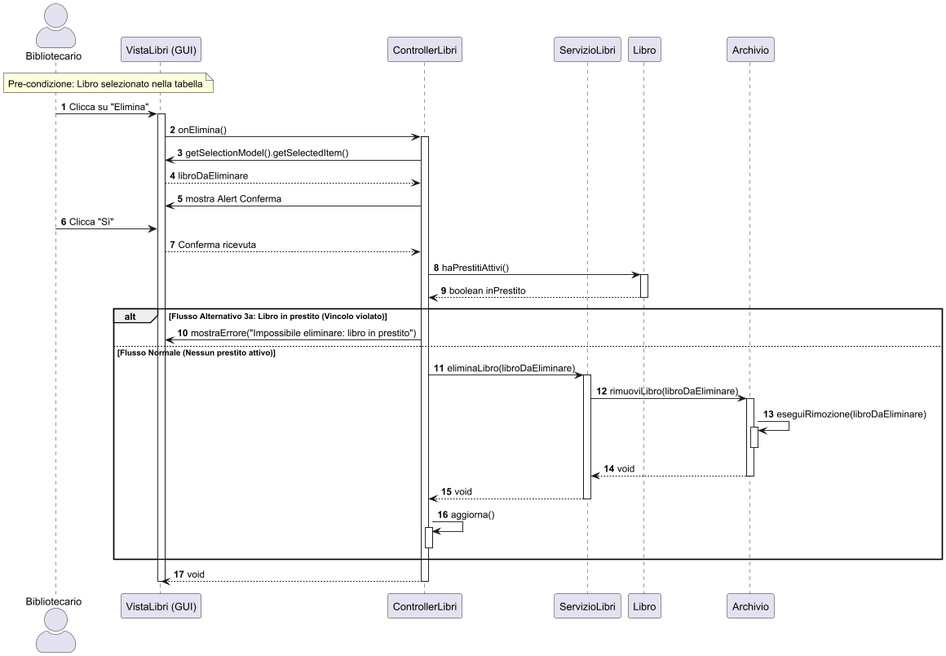
Earlier version of the PlantUML export docs/Design/Diagrammi di sequenza/UC5.png (digregoriomario/bibliosoft).
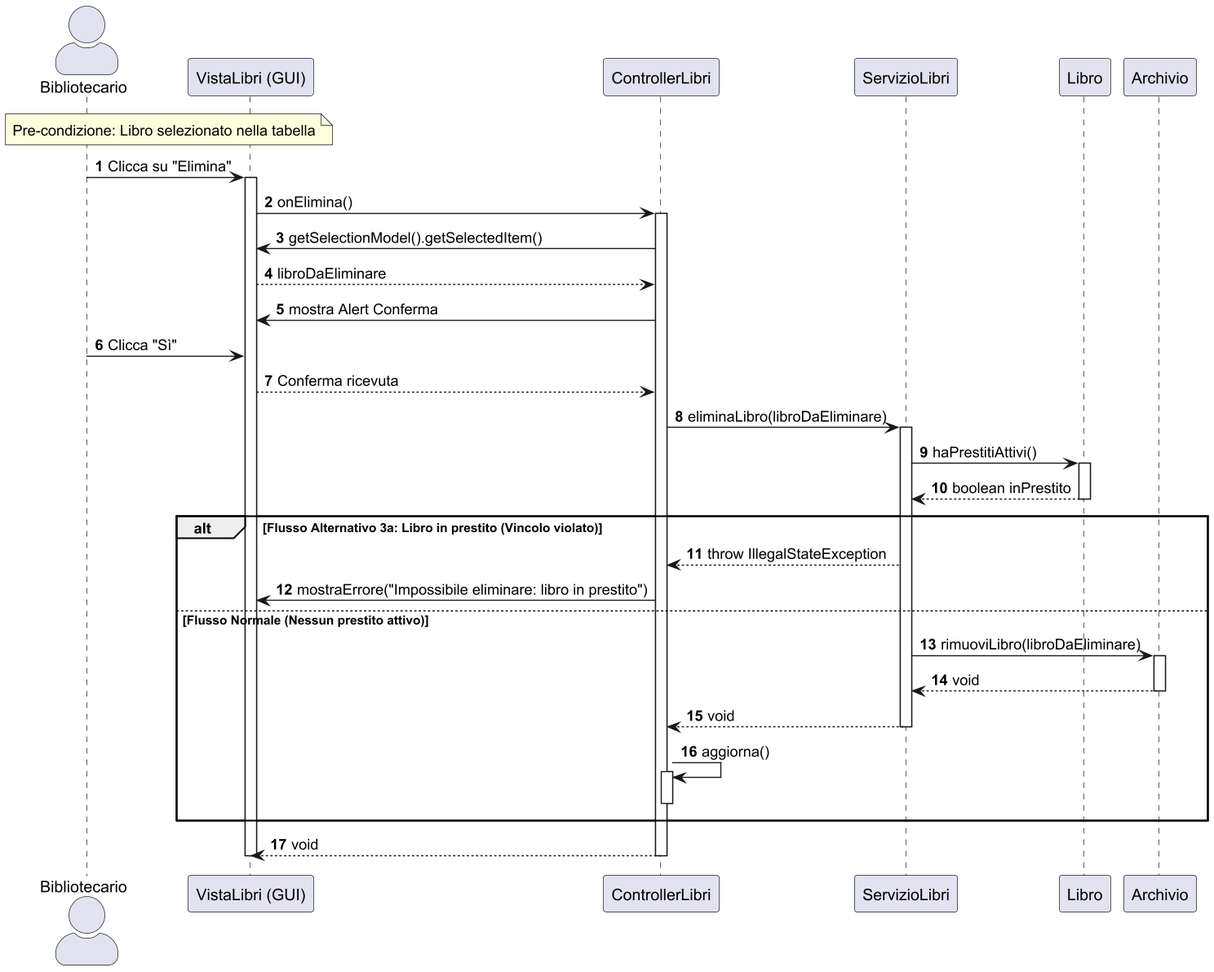
The same file after the commit.

What changed in the source:
```diff
@@ -1,5 +1,5 @@
 @startuml
-scale 1.5
+scale 2
 skinparam actorStyle awesome
 autonumber
 
@@ -25,33 +25,32 @@
     User -> GUI : Clicca "Sì"
     GUI --> CL : Conferma ricevuta
 
-    CL -> Model : haPrestitiAttivi()
-    activate Model
-    Model --> CL : boolean inPrestito
-    deactivate Model
+    CL -> SL : eliminaLibro(libroDaEliminare)
+    activate SL
 
-    alt Flusso Alternativo 3a: Libro in prestito (Vincolo violato)
-        CL -> GUI : mostraErrore("Impossibile eliminare: libro in prestito")
+        SL -> Model : haPrestitiAttivi()
+        activate Model
+        Model --> SL : boolean inPrestito
+        deactivate Model
 
-    else Flusso Normale (Nessun prestito attivo)
-        CL -> SL : eliminaLibro(libroDaEliminare)
-        activate SL
+        alt Flusso Alternativo 3a: Libro in prestito (Vincolo violato)
+            SL --> CL : throw IllegalStateException
 
+            CL -> GUI : mostraErrore("Impossibile eliminare: libro in prestito")
+
+        else Flusso Normale (Nessun prestito attivo)
             SL -> ARC : rimuoviLibro(libroDaEliminare)
             activate ARC
-            ARC -> ARC : eseguiRimozione(libroDaEliminare)
-            activate ARC
-            deactivate ARC
             ARC --> SL : void
             deactivate ARC
 
-        SL --> CL : void
-        deactivate SL
+            SL --> CL : void
+            deactivate SL
 
-        CL -> CL : aggiorna()
-        activate CL
-        deactivate CL
-    end
+            CL -> CL : aggiorna()
+            activate CL
+            deactivate CL
+        end
 
 CL --> GUI : void
 deactivate CL
```
